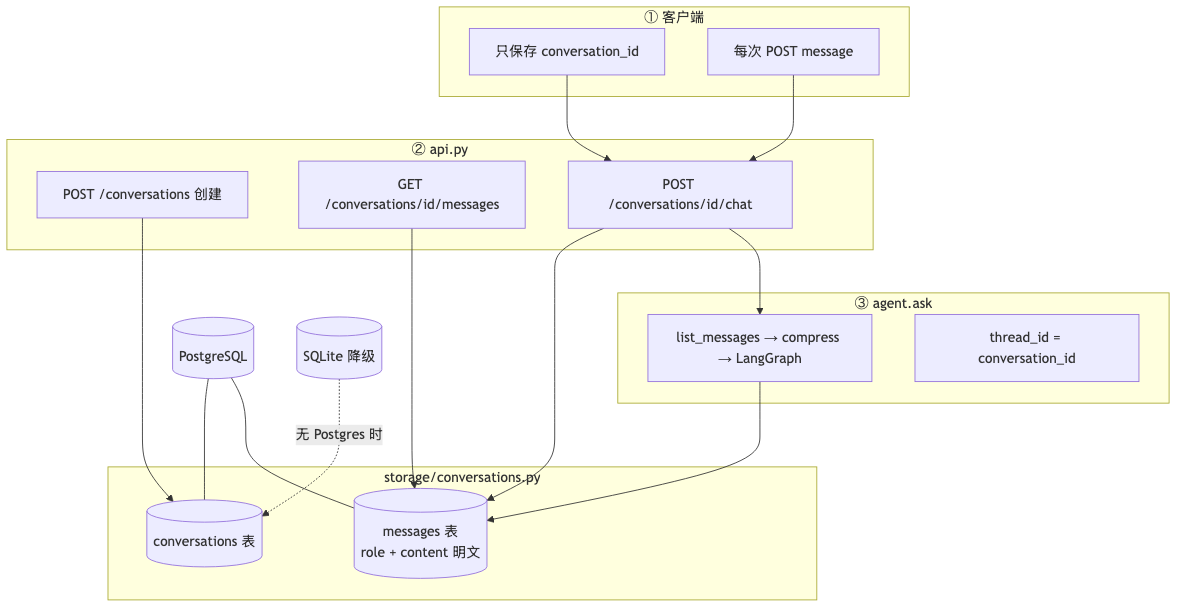
The Mermaid diagram project_00_rag_agent/docs/diagrams/22_conversations.png in charlie-chann/ai-agent-langgraph-main, before a commit. Its source is kept beside it as project_00_rag_agent/docs/diagrams/source/22_conversations.mmd.
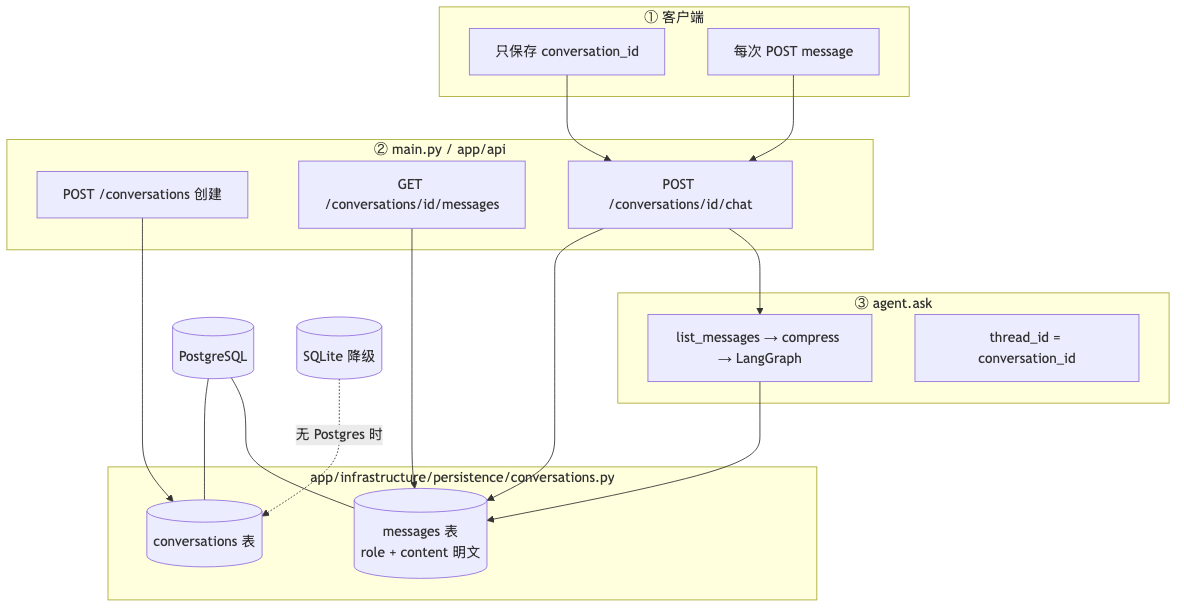
The same diagram one commit later.

Diff of the diagram source:
```diff
@@ -4,13 +4,13 @@
         C2[每次 POST message]
     end
 
-    subgraph API["② api.py"]
+    subgraph API["② main.py / app/api"]
         A1[POST /conversations 创建]
         A2[GET /conversations/id/messages]
         A3[POST /conversations/id/chat]
     end
 
-    subgraph Store["storage/conversations.py"]
+    subgraph Store["app/infrastructure/persistence/conversations.py"]
         S1[(conversations 表)]
         S2[(messages 表<br/>role + content 明文)]
     end
```
